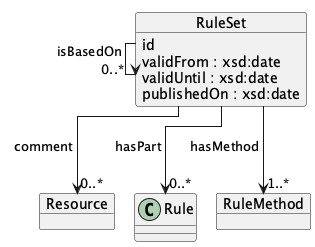
This is serve_api/respec/media/class.RuleSet.png from open-regels/cprmv, a PlantUML export, as it was before one commit.
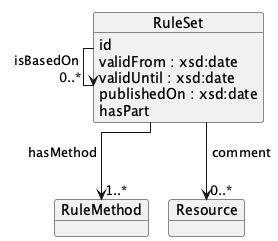
The same file after the commit.

Diff of the diagram source:
```diff
@@ -7,10 +7,10 @@
         validFrom : xsd:date
         validUntil : xsd:date
         publishedOn : xsd:date
+        hasPart
     }
     object "RuleMethod" as RuleMethod
     object "Resource" as Resource
-    RuleSet --> "0..*" Rule : hasPart
     RuleSet --> "0..*" RuleSet : isBasedOn
     RuleSet --> "1..*" RuleMethod : hasMethod
     RuleSet --> "0..*" Resource : comment
```
